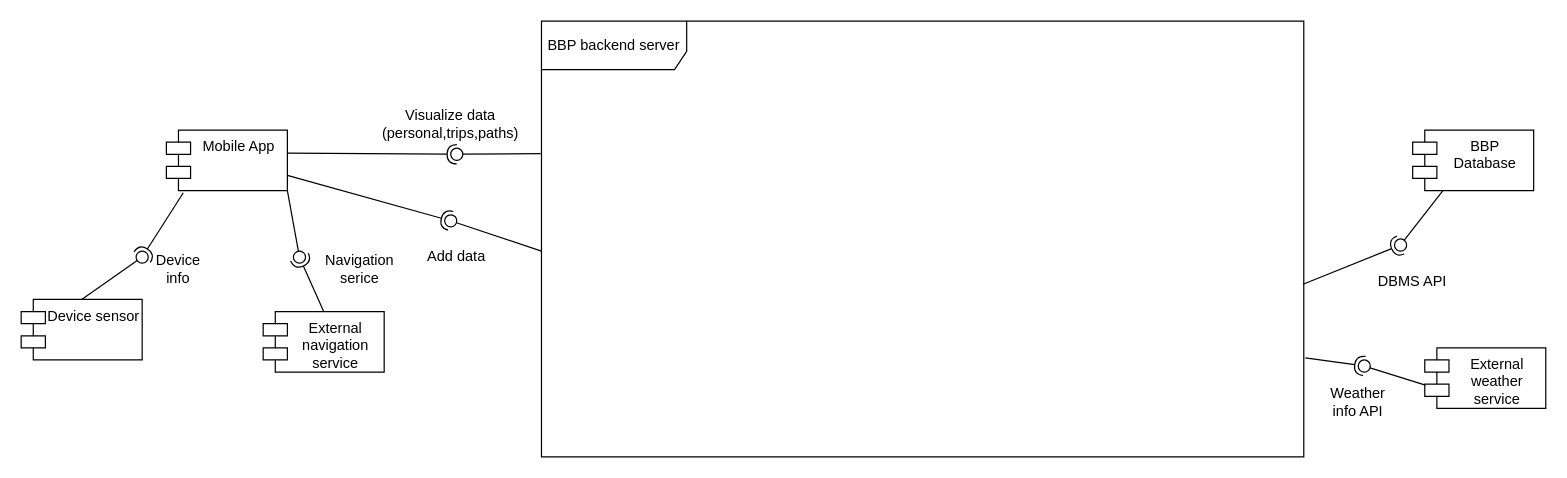
Earlier version of the draw.io diagram DD/LaTeXCode/images/drawio/Component_diagram.drawio (jacopobellosi/Bellosi-Montanelli-Tempobono). Source tidied: cells renumbered, new cells numbered last; positions are measured from the earlier drawing's top-left corner, leaving out a move shared by most shapes. Both pictures are drawn from the tidied source at 121%, with x=0, y=0 at pixel (21, 21).
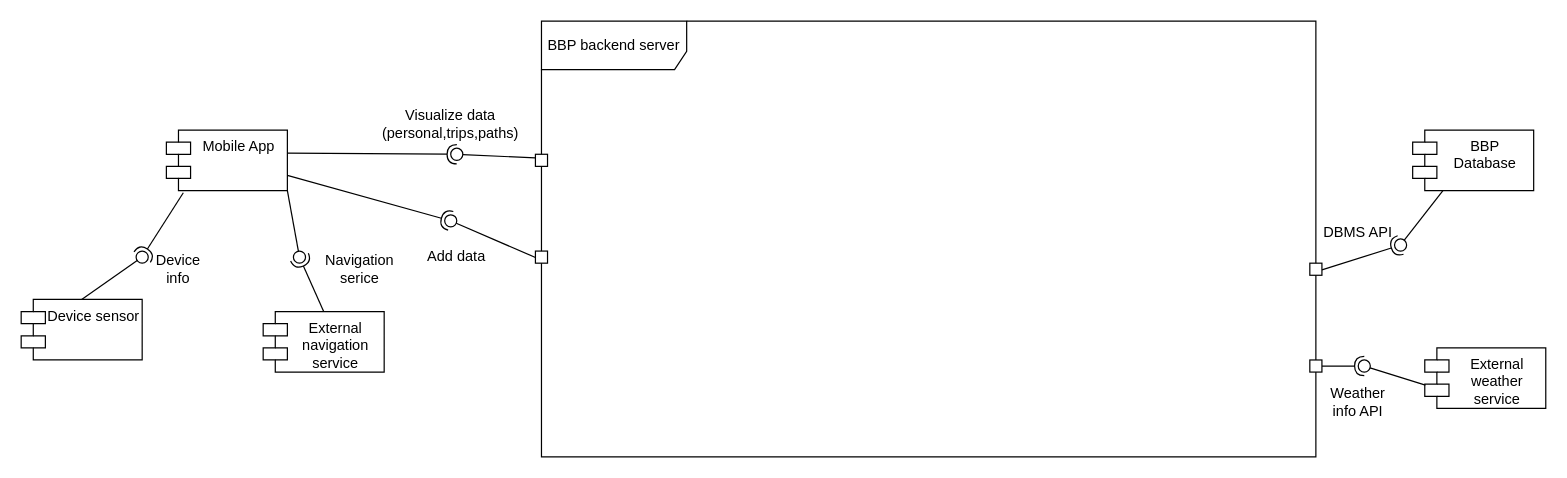
Above is the later version.

Unchanged cells that the change refers to:
```xml
<mxCell id="20" style="ellipse;whiteSpace=wrap;html=1;align=center;fillColor=none;strokeColor=none;perimeter=centerPerimeter;points=[];outlineConnect=1;" parent="1" vertex="1">
  <mxGeometry x="1135" y="180" width="10" height="10" as="geometry" />
</mxCell>
<mxCell id="23" style="ellipse;whiteSpace=wrap;html=1;align=center;fillColor=none;strokeColor=none;perimeter=centerPerimeter;points=[];outlineConnect=1;" parent="1" vertex="1">
  <mxGeometry x="1105" y="280" width="10" height="10" as="geometry" />
</mxCell>
<mxCell id="30" style="ellipse;whiteSpace=wrap;html=1;align=center;fillColor=none;strokeColor=none;perimeter=centerPerimeter;points=[];outlineConnect=1;" parent="1" vertex="1">
  <mxGeometry x="350" y="160" width="10" height="10" as="geometry" />
</mxCell>
```

Diff of the diagram source:
```diff
@@
     <mxCell id="3" value="BBP backend server" style="shape=umlFrame;whiteSpace=wrap;html=1;width=120;height=40;" parent="1" vertex="1">
-      <mxGeometry x="430" width="630" height="360" as="geometry" />
+      <mxGeometry x="430" width="640" height="360" as="geometry" />
     </mxCell>
@@
-    <mxCell id="10" style="rounded=0;jettySize=auto;html=1;endArrow=oval;endFill=0;sketch=0;sourcePerimeterSpacing=0;targetPerimeterSpacing=0;endSize=10;exitX=-0.001;exitY=0.304;exitDx=0;exitDy=0;exitPerimeter=0;" parent="1" edge="1" source="3">
+    <mxCell id="10" style="rounded=0;jettySize=auto;html=1;endArrow=oval;endFill=0;sketch=0;sourcePerimeterSpacing=0;targetPerimeterSpacing=0;endSize=10;exitX=-0.001;exitY=0.304;exitDx=0;exitDy=0;exitPerimeter=0;" parent="1" edge="1" source="34">
       <mxGeometry relative="1" as="geometry">
         <mxPoint x="360" y="110" as="targetPoint" />
       </mxGeometry>
     </mxCell>
@@
-    <mxCell id="18" style="rounded=0;jettySize=auto;html=1;endArrow=halfCircle;endFill=0;endSize=6;strokeWidth=1;sketch=0;exitX=0.999;exitY=0.604;exitDx=0;exitDy=0;exitPerimeter=0;" parent="1" edge="1" source="3" target="20">
+    <mxCell id="18" style="rounded=0;jettySize=auto;html=1;endArrow=halfCircle;endFill=0;endSize=6;strokeWidth=1;sketch=0;exitX=1.001;exitY=0.56;exitDx=0;exitDy=0;exitPerimeter=0;" parent="1" edge="1" source="37" target="20">
       <mxGeometry relative="1" as="geometry" />
     </mxCell>
@@
-    <mxCell id="21" style="rounded=0;jettySize=auto;html=1;endArrow=halfCircle;endFill=0;endSize=6;strokeWidth=1;sketch=0;exitX=1.002;exitY=0.773;exitDx=0;exitDy=0;exitPerimeter=0;" parent="1" edge="1" source="3" target="23">
+    <mxCell id="21" style="rounded=0;jettySize=auto;html=1;endArrow=halfCircle;endFill=0;endSize=6;strokeWidth=1;sketch=0;" parent="1" edge="1" source="39" target="23">
       <mxGeometry relative="1" as="geometry" />
     </mxCell>
@@
     <mxCell id="24" value="DBMS API" style="text;html=1;whiteSpace=wrap;strokeColor=none;fillColor=none;align=center;verticalAlign=middle;rounded=0;" parent="1" vertex="1">
-      <mxGeometry x="1120" y="200" width="60" height="30" as="geometry" />
+      <mxGeometry x="1075" y="160" width="60" height="30" as="geometry" />
     </mxCell>
@@
-    <mxCell id="29" style="rounded=0;jettySize=auto;html=1;endArrow=oval;endFill=0;sketch=0;sourcePerimeterSpacing=0;targetPerimeterSpacing=0;endSize=10;exitX=0;exitY=0.528;exitDx=0;exitDy=0;exitPerimeter=0;" parent="1" edge="1" source="3" target="30">
+    <mxCell id="29" style="rounded=0;jettySize=auto;html=1;endArrow=oval;endFill=0;sketch=0;sourcePerimeterSpacing=0;targetPerimeterSpacing=0;endSize=10;exitX=0;exitY=0.528;exitDx=0;exitDy=0;exitPerimeter=0;" parent="1" edge="1" source="36" target="30">
       <mxGeometry relative="1" as="geometry" />
     </mxCell>
@@
+    <mxCell id="33" style="rounded=0;jettySize=auto;html=1;endArrow=oval;endFill=0;sketch=0;sourcePerimeterSpacing=0;targetPerimeterSpacing=0;endSize=10;exitX=-0.001;exitY=0.304;exitDx=0;exitDy=0;exitPerimeter=0;" parent="1" edge="1" source="3" target="34">
+      <mxGeometry relative="1" as="geometry" />
+    </mxCell>
+    <mxCell id="34" style="rounded=0;whiteSpace=wrap;html=1;" parent="1" vertex="1">
+      <mxGeometry x="425" y="110" width="10" height="10" as="geometry" />
+    </mxCell>
+    <mxCell id="35" style="rounded=0;jettySize=auto;html=1;endArrow=oval;endFill=0;sketch=0;sourcePerimeterSpacing=0;targetPerimeterSpacing=0;endSize=10;exitX=0;exitY=0.528;exitDx=0;exitDy=0;exitPerimeter=0;" parent="1" edge="1" source="3" target="36">
+      <mxGeometry relative="1" as="geometry" />
+    </mxCell>
+    <mxCell id="36" style="rounded=0;whiteSpace=wrap;html=1;" parent="1" vertex="1">
+      <mxGeometry x="425" y="190" width="10" height="10" as="geometry" />
+    </mxCell>
+    <mxCell id="37" style="rounded=0;whiteSpace=wrap;html=1;" parent="1" vertex="1">
+      <mxGeometry x="1065" y="200" width="10" height="10" as="geometry" />
+    </mxCell>
+    <mxCell id="38" style="rounded=0;jettySize=auto;html=1;endArrow=halfCircle;endFill=0;endSize=6;strokeWidth=1;sketch=0;exitX=0.999;exitY=0.78;exitDx=0;exitDy=0;exitPerimeter=0;" parent="1" edge="1" source="3" target="39">
+      <mxGeometry relative="1" as="geometry" />
+    </mxCell>
+    <mxCell id="39" style="rounded=0;whiteSpace=wrap;html=1;" parent="1" vertex="1">
+      <mxGeometry x="1065" y="280" width="10" height="10" as="geometry" />
+    </mxCell>
```
